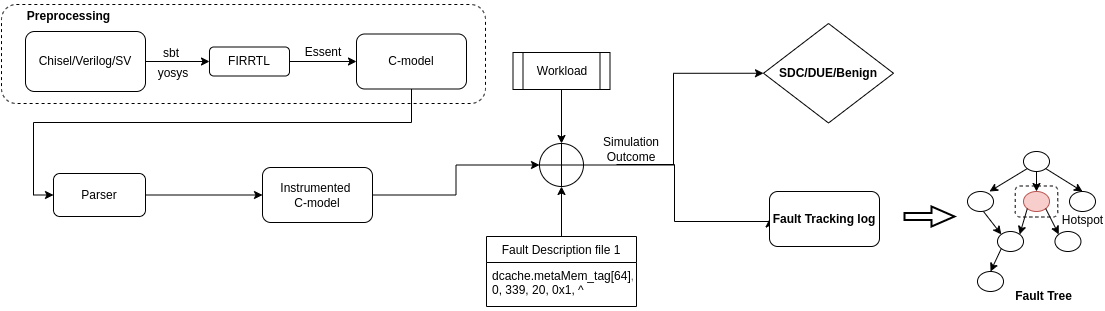
This is Eris_Flow.png from amroawad2/Eris, a draw.io export, as it was before one commit. Source tidied: cells renumbered, new cells last; positions are measured from the earlier drawing's top-left corner, leaving out a move shared by most shapes.
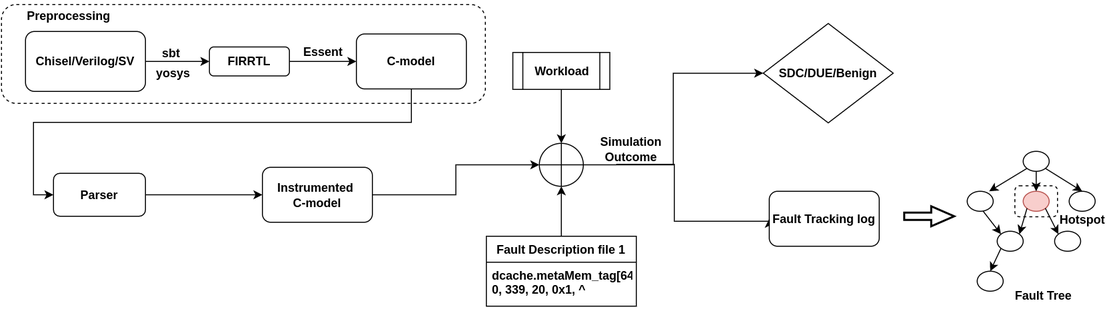
The same diagram one commit later.

Diff of the diagram source:
```diff
@@ -8,13 +8,13 @@
     <mxCell id="3" style="edgeStyle=orthogonalEdgeStyle;rounded=0;jettySize=auto;html=1;" parent="1" edge="1" source="4" target="6">
       <mxGeometry relative="1" as="geometry" />
     </mxCell>
-    <mxCell id="4" value="Chisel/Verilog/SV" style="rounded=1;whiteSpace=wrap;html=1;" parent="1" vertex="1">
+    <mxCell id="4" value="&lt;b&gt;Chisel/Verilog/SV&lt;/b&gt;" style="rounded=1;whiteSpace=wrap;html=1;" parent="1" vertex="1">
       <mxGeometry x="24" y="30" width="120" height="60" as="geometry" />
     </mxCell>
     <mxCell id="5" style="edgeStyle=orthogonalEdgeStyle;rounded=0;jettySize=auto;html=1;entryX=0;entryY=0.5;entryDx=0;entryDy=0;" parent="1" edge="1" source="6" target="8">
       <mxGeometry relative="1" as="geometry" />
     </mxCell>
-    <mxCell id="6" value="FIRRTL" style="rounded=1;whiteSpace=wrap;html=1;" parent="1" vertex="1">
+    <mxCell id="6" value="&lt;b&gt;FIRRTL&lt;/b&gt;" style="rounded=1;whiteSpace=wrap;html=1;" parent="1" vertex="1">
       <mxGeometry x="208" y="45.5" width="80" height="29" as="geometry" />
     </mxCell>
     <mxCell id="7" style="edgeStyle=orthogonalEdgeStyle;rounded=0;jettySize=auto;html=1;entryX=0;entryY=0.5;entryDx=0;entryDy=0;" parent="1" edge="1" source="8" target="11">
@@ -26,31 +26,31 @@
         </Array>
       </mxGeometry>
     </mxCell>
-    <mxCell id="8" value="C-model" style="rounded=1;whiteSpace=wrap;html=1;" parent="1" vertex="1">
+    <mxCell id="8" value="&lt;b&gt;C-model&lt;/b&gt;" style="rounded=1;whiteSpace=wrap;html=1;" parent="1" vertex="1">
       <mxGeometry x="355" y="32.5" width="110" height="55" as="geometry" />
     </mxCell>
-    <mxCell id="9" value="sbt" style="text;html=1;strokeColor=none;fillColor=none;align=center;verticalAlign=middle;whiteSpace=wrap;rounded=0;" parent="1" vertex="1">
+    <mxCell id="9" value="&lt;b&gt;sbt&lt;/b&gt;" style="text;html=1;strokeColor=none;fillColor=none;align=center;verticalAlign=middle;whiteSpace=wrap;rounded=0;" parent="1" vertex="1">
       <mxGeometry x="150" y="41.8" width="40" height="20" as="geometry" />
     </mxCell>
     <mxCell id="10" style="edgeStyle=orthogonalEdgeStyle;rounded=0;jettySize=auto;html=1;entryX=0;entryY=0.5;entryDx=0;entryDy=0;" parent="1" edge="1" source="11" target="13">
       <mxGeometry relative="1" as="geometry" />
     </mxCell>
-    <mxCell id="11" value="Parser" style="rounded=1;whiteSpace=wrap;html=1;" parent="1" vertex="1">
+    <mxCell id="11" value="&lt;b&gt;Parser&lt;/b&gt;" style="rounded=1;whiteSpace=wrap;html=1;" parent="1" vertex="1">
       <mxGeometry x="52" y="172" width="92" height="43" as="geometry" />
     </mxCell>
     <mxCell id="12" style="edgeStyle=orthogonalEdgeStyle;rounded=0;jettySize=auto;html=1;" parent="1" edge="1" source="13" target="18">
       <mxGeometry relative="1" as="geometry" />
     </mxCell>
-    <mxCell id="13" value="Instrumented &lt;br&gt;C-model" style="rounded=1;whiteSpace=wrap;html=1;" parent="1" vertex="1">
+    <mxCell id="13" value="&lt;b&gt;Instrumented &lt;br&gt;C-model&lt;/b&gt;" style="rounded=1;whiteSpace=wrap;html=1;" parent="1" vertex="1">
       <mxGeometry x="261" y="166" width="110" height="55" as="geometry" />
     </mxCell>
     <mxCell id="14" style="edgeStyle=orthogonalEdgeStyle;rounded=0;jettySize=auto;html=1;entryX=0.5;entryY=1;entryDx=0;entryDy=0;entryPerimeter=0;" parent="1" edge="1" source="15" target="18">
       <mxGeometry relative="1" as="geometry" />
     </mxCell>
-    <mxCell id="15" value="Fault Description file 1" style="swimlane;fontStyle=0;horizontal=1;startSize=26;" parent="1" vertex="1">
+    <mxCell id="15" value="Fault Description file 1" style="swimlane;fontStyle=1;horizontal=1;startSize=26;" parent="1" vertex="1">
       <mxGeometry x="485" y="235" width="150" height="70" as="geometry" />
     </mxCell>
-    <mxCell id="16" value="dcache.metaMem_tag[64],&#10; 0, 339, 20, 0x1, ^" style="text;strokeColor=none;fillColor=none;align=left;verticalAlign=top;spacingLeft=4;spacingRight=4;overflow=hidden;" parent="15" vertex="1">
+    <mxCell id="16" value="dcache.metaMem_tag[64],&#10; 0, 339, 20, 0x1, ^" style="text;strokeColor=none;fillColor=none;align=left;verticalAlign=top;spacingLeft=4;spacingRight=4;overflow=hidden;fontStyle=1;" parent="15" vertex="1">
       <mxGeometry y="26" width="150" height="44" as="geometry" />
     </mxCell>
     <mxCell id="17" style="edgeStyle=orthogonalEdgeStyle;rounded=0;jettySize=auto;html=1;entryX=0;entryY=0.5;entryDx=0;entryDy=0;" parent="1" edge="1" source="18" target="23">
@@ -62,10 +62,10 @@
     <mxCell id="19" style="edgeStyle=orthogonalEdgeStyle;rounded=0;jettySize=auto;html=1;" parent="1" edge="1" source="20" target="18">
       <mxGeometry relative="1" as="geometry" />
     </mxCell>
-    <mxCell id="20" value="Workload" style="shape=process;whiteSpace=wrap;html=1;backgroundOutline=1;" parent="1" vertex="1">
+    <mxCell id="20" value="&lt;b&gt;Workload&lt;/b&gt;" style="shape=process;whiteSpace=wrap;html=1;backgroundOutline=1;" parent="1" vertex="1">
       <mxGeometry x="511.5" y="51" width="97" height="37" as="geometry" />
     </mxCell>
-    <mxCell id="21" value="Essent" style="text;html=1;strokeColor=none;fillColor=none;align=center;verticalAlign=middle;whiteSpace=wrap;rounded=0;" parent="1" vertex="1">
+    <mxCell id="21" value="&lt;b&gt;Essent&lt;/b&gt;" style="text;html=1;strokeColor=none;fillColor=none;align=center;verticalAlign=middle;whiteSpace=wrap;rounded=0;" parent="1" vertex="1">
       <mxGeometry x="302" y="41" width="40" height="20" as="geometry" />
     </mxCell>
     <mxCell id="22" value="&lt;b&gt;Preprocessing&lt;/b&gt;" style="text;html=1;strokeColor=none;fillColor=none;align=center;verticalAlign=middle;whiteSpace=wrap;rounded=0;" parent="1" vertex="1">
@@ -82,7 +82,7 @@
         </Array>
       </mxGeometry>
     </mxCell>
-    <mxCell id="25" value="Simulation Outcome" style="text;html=1;strokeColor=none;fillColor=none;align=center;verticalAlign=middle;whiteSpace=wrap;rounded=0;" parent="1" vertex="1">
+    <mxCell id="25" value="&lt;b&gt;Simulation Outcome&lt;/b&gt;" style="text;html=1;strokeColor=none;fillColor=none;align=center;verticalAlign=middle;whiteSpace=wrap;rounded=0;" parent="1" vertex="1">
       <mxGeometry x="600" y="133" width="60" height="30" as="geometry" />
     </mxCell>
     <mxCell id="26" value="&lt;b&gt;Fault Tracking log&lt;/b&gt;" style="rounded=1;whiteSpace=wrap;html=1;" parent="1" vertex="1">
@@ -137,13 +137,13 @@
     <mxCell id="41" style="rounded=1;whiteSpace=wrap;html=1;dashed=1;fillOpacity=0;" parent="1" vertex="1">
       <mxGeometry x="1013.7" y="184.5" width="42.6" height="31" as="geometry" />
     </mxCell>
-    <mxCell id="42" value="Hotspot" style="text;html=1;strokeColor=none;fillColor=none;align=center;verticalAlign=middle;whiteSpace=wrap;rounded=0;" parent="1" vertex="1">
+    <mxCell id="42" value="&lt;b&gt;Hotspot&lt;/b&gt;" style="text;html=1;strokeColor=none;fillColor=none;align=center;verticalAlign=middle;whiteSpace=wrap;rounded=0;" parent="1" vertex="1">
       <mxGeometry x="1068" y="210" width="27" height="18" as="geometry" />
     </mxCell>
     <mxCell id="43" style="verticalLabelPosition=bottom;verticalAlign=top;html=1;strokeWidth=2;shape=mxgraph.arrows2.arrow;dy=0.64;dx=22.95;notch=0;direction=east;" parent="1" vertex="1">
       <mxGeometry x="903" y="205" width="50" height="20" as="geometry" />
     </mxCell>
-    <mxCell id="44" value="yosys" style="text;html=1;strokeColor=none;fillColor=none;align=center;verticalAlign=middle;whiteSpace=wrap;rounded=0;" parent="1" vertex="1">
+    <mxCell id="44" value="&lt;b&gt;yosys&lt;/b&gt;" style="text;html=1;strokeColor=none;fillColor=none;align=center;verticalAlign=middle;whiteSpace=wrap;rounded=0;" parent="1" vertex="1">
       <mxGeometry x="152" y="61.8" width="40" height="20" as="geometry" />
     </mxCell>
     <mxCell id="45" value="Fault Tree" style="text;html=1;strokeColor=none;fillColor=none;align=center;verticalAlign=middle;whiteSpace=wrap;rounded=0;fontStyle=1;" parent="1" vertex="1">
```
